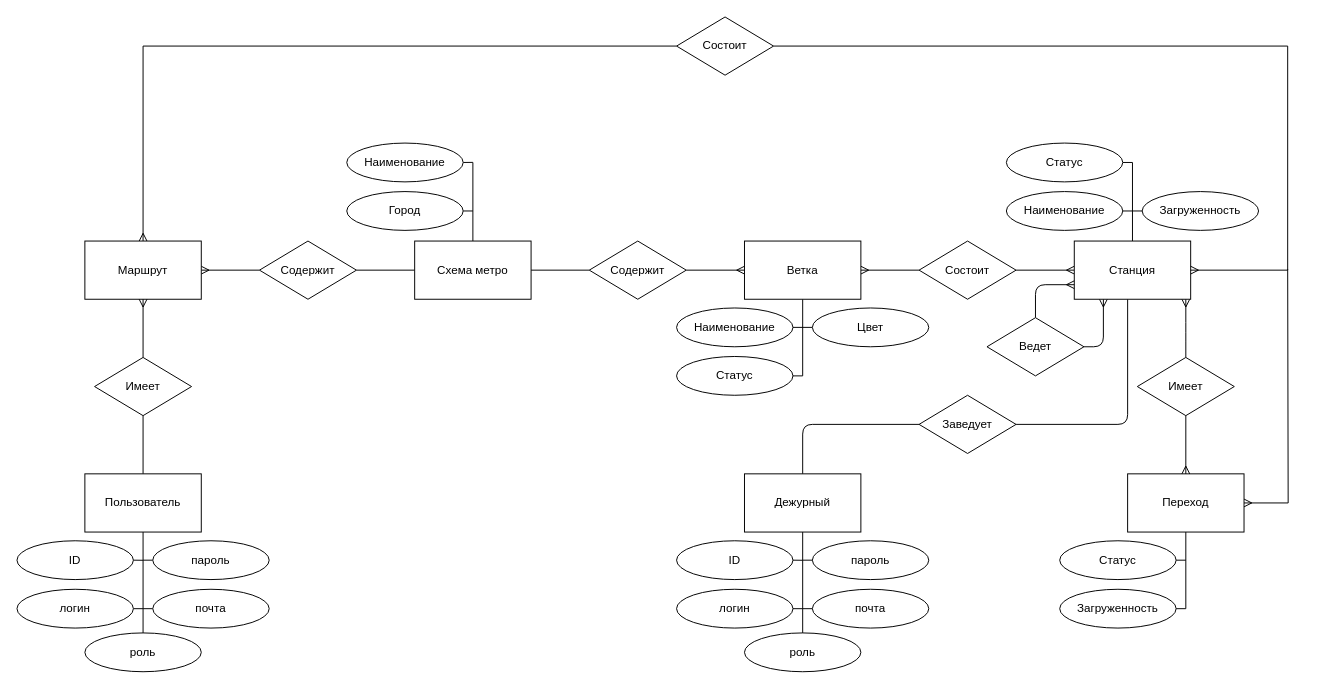
Earlier version of the draw.io diagram charts/ER.drawio (Mihyich/PPO). Source tidied: cells renumbered, new cells numbered last; positions are measured from the earlier drawing's top-left corner, leaving out a move shared by most shapes. Both pictures are drawn from the tidied source at 97%, with x=0, y=0 at pixel (16, 16).
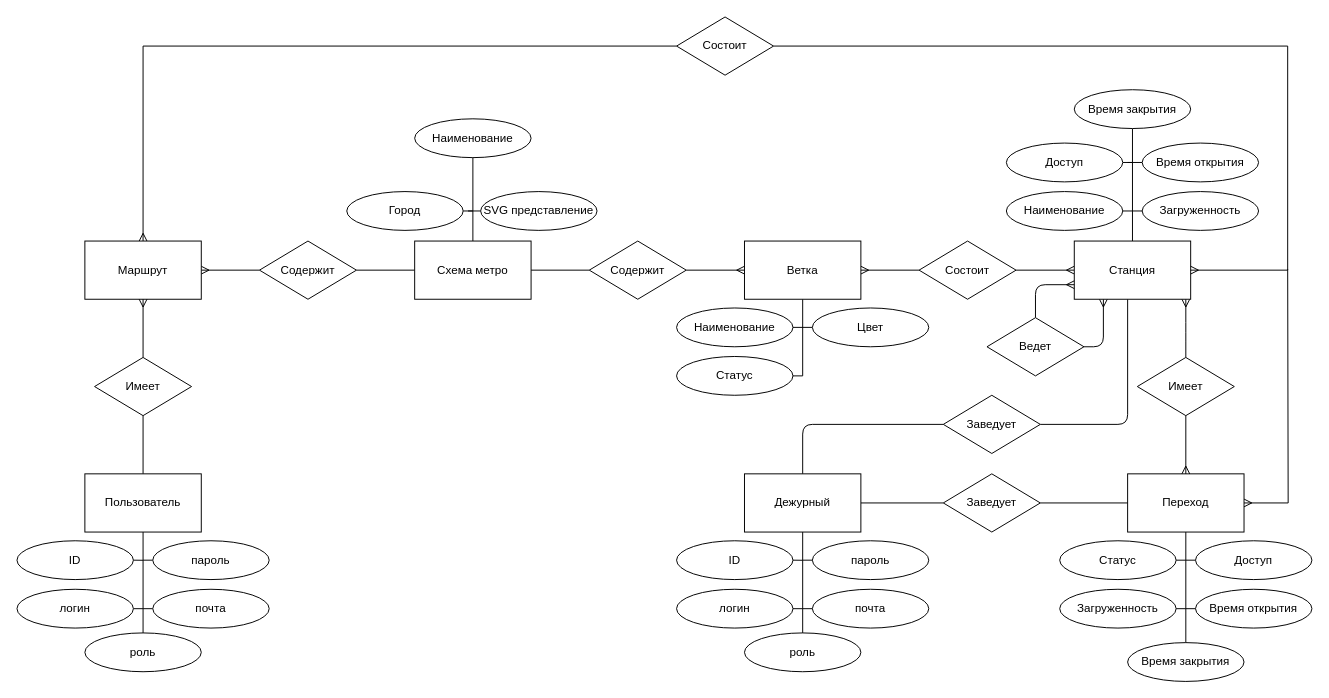
After the change.

Unchanged cells that the change refers to:
```xml
<mxCell id="16" value="Схема метро" style="rounded=0;whiteSpace=wrap;html=1;" parent="1" vertex="1">
  <mxGeometry x="410" y="231" width="120" height="60" as="geometry" />
</mxCell>
<mxCell id="30" value="Станция" style="rounded=0;whiteSpace=wrap;html=1;" parent="1" vertex="1">
  <mxGeometry x="1090" y="231" width="120" height="60" as="geometry" />
</mxCell>
<mxCell id="33" value="Переход" style="rounded=0;whiteSpace=wrap;html=1;" parent="1" vertex="1">
  <mxGeometry x="1145" y="471" width="120" height="60" as="geometry" />
</mxCell>
<mxCell id="65" value="Дежурный" style="rounded=0;whiteSpace=wrap;html=1;" parent="1" vertex="1">
  <mxGeometry x="750" y="471" width="120" height="60" as="geometry" />
</mxCell>
```

Change to the diagram source:
```diff
@@
-    <mxCell id="13" style="edgeStyle=none;html=1;endArrow=none;endFill=0;" parent="1" edge="1" source="16">
-      <mxGeometry relative="1" as="geometry">
-        <mxPoint x="470" y="150" as="targetPoint" />
-      </mxGeometry>
+    <mxCell id="13" style="edgeStyle=none;html=1;endArrow=none;endFill=0;entryX=0.5;entryY=1;entryDx=0;entryDy=0;" parent="1" edge="1" source="16" target="41">
+      <mxGeometry relative="1" as="geometry" />
     </mxCell>
@@
-    <mxCell id="27" style="edgeStyle=none;html=1;endArrow=none;endFill=0;" parent="1" edge="1" source="30">
-      <mxGeometry relative="1" as="geometry">
-        <mxPoint x="1150" y="150" as="targetPoint" />
-      </mxGeometry>
+    <mxCell id="27" style="edgeStyle=none;html=1;endArrow=none;endFill=0;entryX=0.5;entryY=1;entryDx=0;entryDy=0;" parent="1" edge="1" source="30" target="86">
+      <mxGeometry relative="1" as="geometry" />
     </mxCell>
@@
     <mxCell id="31" style="edgeStyle=none;html=1;endArrow=none;endFill=0;" parent="1" edge="1" source="33">
       <mxGeometry relative="1" as="geometry">
-        <mxPoint x="1205" y="610" as="targetPoint" />
+        <mxPoint x="1205" y="645" as="targetPoint" />
       </mxGeometry>
     </mxCell>
@@
-    <mxCell id="40" style="edgeStyle=none;html=1;exitX=1;exitY=0.5;exitDx=0;exitDy=0;endArrow=none;endFill=0;" parent="1" edge="1" source="41">
-      <mxGeometry relative="1" as="geometry">
-        <mxPoint x="470" y="149.9" as="targetPoint" />
-      </mxGeometry>
-    </mxCell>
     <mxCell id="41" value="Наименование" style="ellipse;whiteSpace=wrap;html=1;" parent="1" vertex="1">
-      <mxGeometry x="340" y="130" width="120" height="40" as="geometry" />
+      <mxGeometry x="410" y="105" width="120" height="40" as="geometry" />
     </mxCell>
@@
-    <mxCell id="49" value="Статус" style="ellipse;whiteSpace=wrap;html=1;" parent="1" vertex="1">
+    <mxCell id="49" value="Доступ" style="ellipse;whiteSpace=wrap;html=1;" parent="1" vertex="1">
       <mxGeometry x="1020" y="130" width="120" height="40" as="geometry" />
     </mxCell>
@@
+    <mxCell id="76" style="edgeStyle=orthogonalEdgeStyle;rounded=0;jettySize=auto;html=1;entryX=0;entryY=0.5;entryDx=0;entryDy=0;endArrow=none;endFill=0;" parent="1" edge="1" source="65" target="88">
+      <mxGeometry relative="1" as="geometry" />
+    </mxCell>
@@
     <mxCell id="75" value="Заведует" style="rhombus;whiteSpace=wrap;html=1;" parent="1" vertex="1">
-      <mxGeometry x="930" y="390" width="100" height="60" as="geometry" />
+      <mxGeometry x="955" y="390" width="100" height="60" as="geometry" />
     </mxCell>
+    <mxCell id="77" style="edgeStyle=orthogonalEdgeStyle;rounded=0;jettySize=auto;html=1;exitX=0;exitY=0.5;exitDx=0;exitDy=0;endArrow=none;endFill=0;" parent="1" edge="1" source="78">
+      <mxGeometry relative="1" as="geometry">
+        <mxPoint x="465" y="200.1" as="targetPoint" />
+      </mxGeometry>
+    </mxCell>
+    <mxCell id="78" value="SVG представление" style="ellipse;whiteSpace=wrap;html=1;" parent="1" vertex="1">
+      <mxGeometry x="478" y="180" width="120" height="40" as="geometry" />
+    </mxCell>
+    <mxCell id="79" style="edgeStyle=orthogonalEdgeStyle;rounded=0;jettySize=auto;html=1;exitX=0;exitY=0.5;exitDx=0;exitDy=0;endArrow=none;endFill=0;" parent="1" edge="1" source="80">
+      <mxGeometry relative="1" as="geometry">
+        <mxPoint x="1205" y="560" as="targetPoint" />
+      </mxGeometry>
+    </mxCell>
+    <mxCell id="80" value="Доступ" style="ellipse;whiteSpace=wrap;html=1;" parent="1" vertex="1">
+      <mxGeometry x="1215" y="540" width="120" height="40" as="geometry" />
+    </mxCell>
+    <mxCell id="81" style="edgeStyle=orthogonalEdgeStyle;rounded=0;jettySize=auto;html=1;exitX=0;exitY=0.5;exitDx=0;exitDy=0;endArrow=none;endFill=0;" parent="1" edge="1" source="82">
+      <mxGeometry relative="1" as="geometry">
+        <mxPoint x="1205" y="610" as="targetPoint" />
+      </mxGeometry>
+    </mxCell>
+    <mxCell id="82" value="Время открытия" style="ellipse;whiteSpace=wrap;html=1;" parent="1" vertex="1">
+      <mxGeometry x="1215" y="590" width="120" height="40" as="geometry" />
+    </mxCell>
+    <mxCell id="83" value="Время закрытия" style="ellipse;whiteSpace=wrap;html=1;" parent="1" vertex="1">
+      <mxGeometry x="1145" y="645" width="120" height="40" as="geometry" />
+    </mxCell>
+    <mxCell id="84" style="edgeStyle=orthogonalEdgeStyle;rounded=0;jettySize=auto;html=1;exitX=0;exitY=0.5;exitDx=0;exitDy=0;endArrow=none;endFill=0;" parent="1" edge="1" source="85">
+      <mxGeometry relative="1" as="geometry">
+        <mxPoint x="1145" y="149.9" as="targetPoint" />
+      </mxGeometry>
+    </mxCell>
+    <mxCell id="85" value="Время открытия" style="ellipse;whiteSpace=wrap;html=1;" parent="1" vertex="1">
+      <mxGeometry x="1160" y="130" width="120" height="40" as="geometry" />
+    </mxCell>
+    <mxCell id="86" value="Время закрытия" style="ellipse;whiteSpace=wrap;html=1;" parent="1" vertex="1">
+      <mxGeometry x="1090" y="75" width="120" height="40" as="geometry" />
+    </mxCell>
+    <mxCell id="87" style="edgeStyle=orthogonalEdgeStyle;rounded=0;jettySize=auto;html=1;entryX=0;entryY=0.5;entryDx=0;entryDy=0;endArrow=none;endFill=0;" parent="1" edge="1" source="88" target="33">
+      <mxGeometry relative="1" as="geometry" />
+    </mxCell>
+    <mxCell id="88" value="Заведует" style="rhombus;whiteSpace=wrap;html=1;" parent="1" vertex="1">
+      <mxGeometry x="955" y="471" width="100" height="60" as="geometry" />
+    </mxCell>
```
